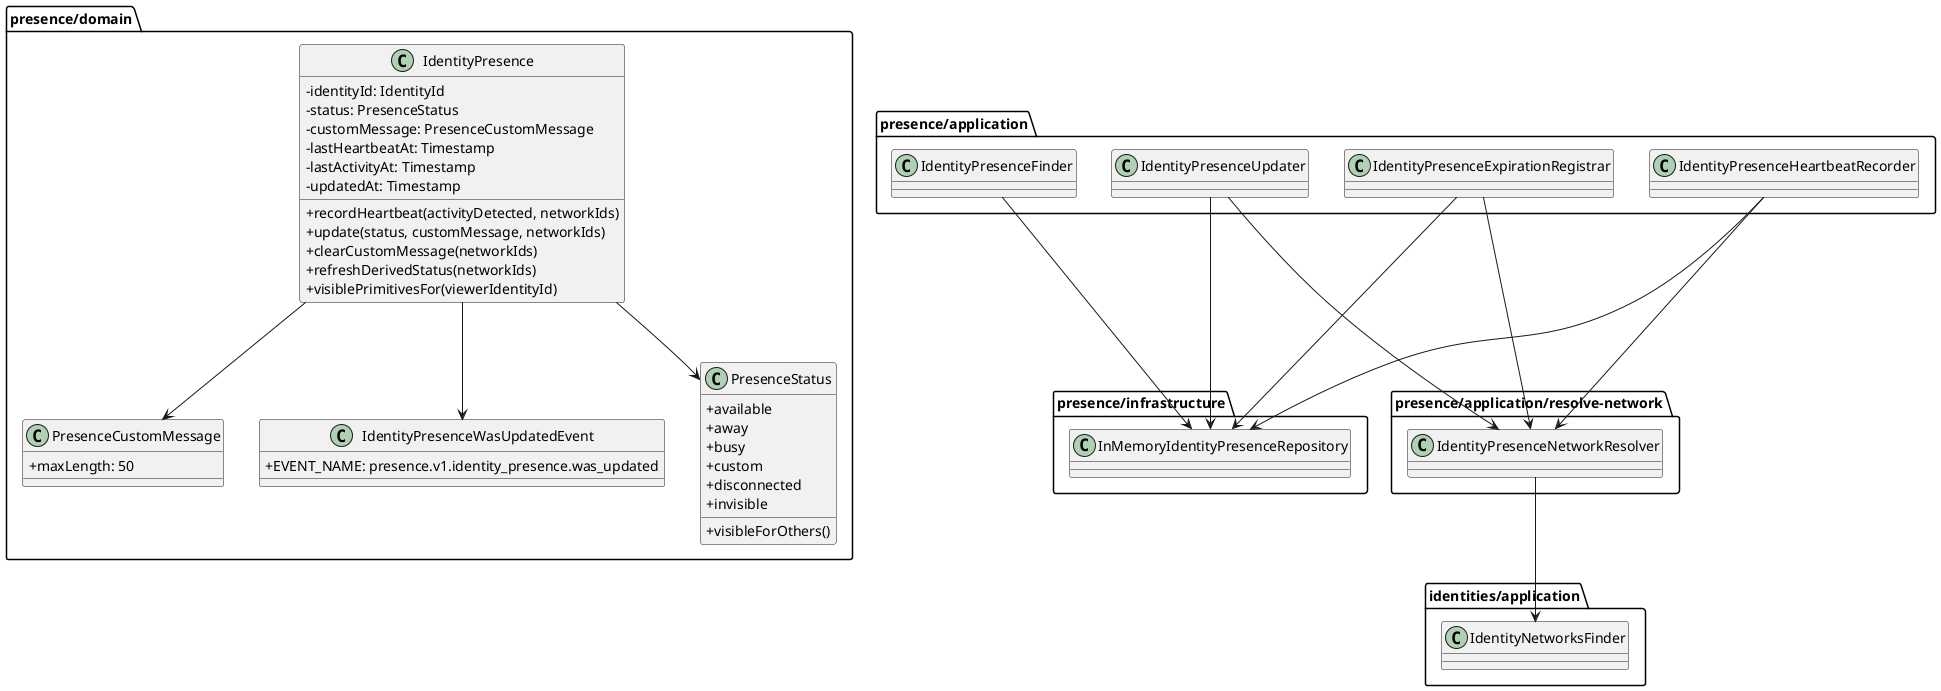
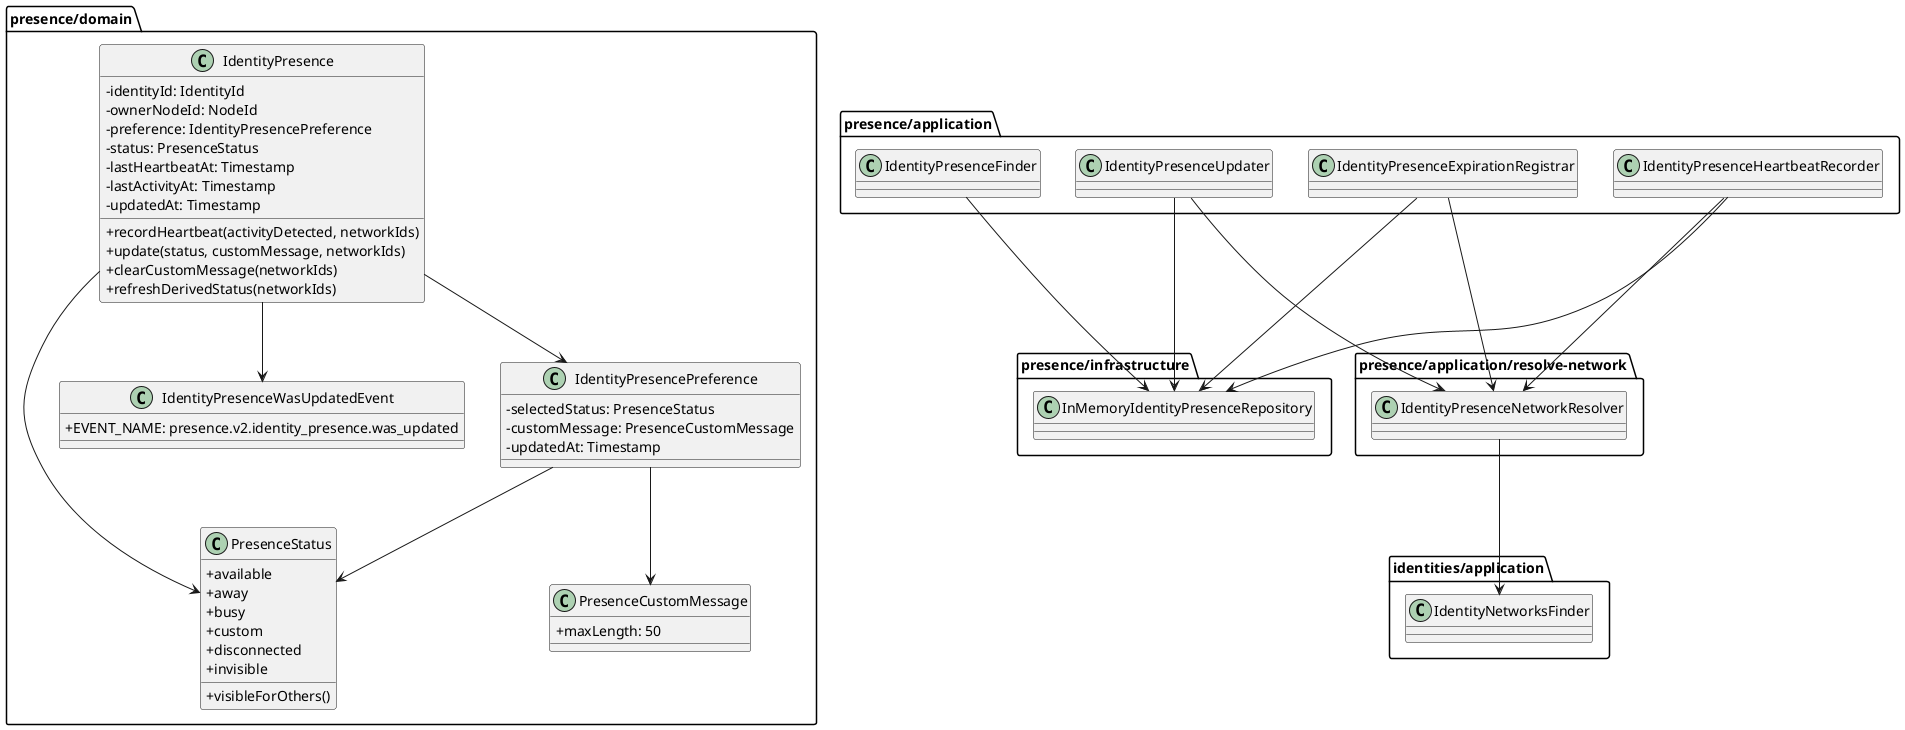
@startuml PresenceClasses

skinparam classAttributeIconSize 0

package "presence/domain" {
  class IdentityPresence {
    - identityId: IdentityId
+     - ownerNodeId: NodeId
+     - preference: IdentityPresencePreference
    - status: PresenceStatus
-     - customMessage: PresenceCustomMessage
    - lastHeartbeatAt: Timestamp
    - lastActivityAt: Timestamp
    - updatedAt: Timestamp
    + recordHeartbeat(activityDetected, networkIds)
    + update(status, customMessage, networkIds)
    + clearCustomMessage(networkIds)
    + refreshDerivedStatus(networkIds)
-     + visiblePrimitivesFor(viewerIdentityId)
+   }
+ 
+   class IdentityPresencePreference {
+     - selectedStatus: PresenceStatus
+     - customMessage: PresenceCustomMessage
+     - updatedAt: Timestamp
  }

  class PresenceStatus {
    + available
    + away
    + busy
    + custom
    + disconnected
    + invisible
    + visibleForOthers()
  }

  class PresenceCustomMessage {
    + maxLength: 50
  }

  class IdentityPresenceWasUpdatedEvent {
-     + EVENT_NAME: presence.v1.identity_presence.was_updated
+     + EVENT_NAME: presence.v2.identity_presence.was_updated
  }
}

package "presence/application" {
  class IdentityPresenceFinder
  class IdentityPresenceUpdater
  class IdentityPresenceHeartbeatRecorder
  class IdentityPresenceExpirationRegistrar
}

package "presence/application/resolve-network" {
  class IdentityPresenceNetworkResolver
}

package "identities/application" {
  class IdentityNetworksFinder
}

package "presence/infrastructure" {
  class InMemoryIdentityPresenceRepository
}

IdentityPresence --> PresenceStatus
- IdentityPresence --> PresenceCustomMessage
+ IdentityPresence --> IdentityPresencePreference
+ IdentityPresencePreference --> PresenceStatus
+ IdentityPresencePreference --> PresenceCustomMessage
IdentityPresence --> IdentityPresenceWasUpdatedEvent
IdentityPresenceFinder --> InMemoryIdentityPresenceRepository
IdentityPresenceUpdater --> InMemoryIdentityPresenceRepository
IdentityPresenceUpdater --> IdentityPresenceNetworkResolver
IdentityPresenceHeartbeatRecorder --> InMemoryIdentityPresenceRepository
IdentityPresenceHeartbeatRecorder --> IdentityPresenceNetworkResolver
IdentityPresenceExpirationRegistrar --> InMemoryIdentityPresenceRepository
IdentityPresenceExpirationRegistrar --> IdentityPresenceNetworkResolver
IdentityPresenceNetworkResolver --> IdentityNetworksFinder

@enduml
